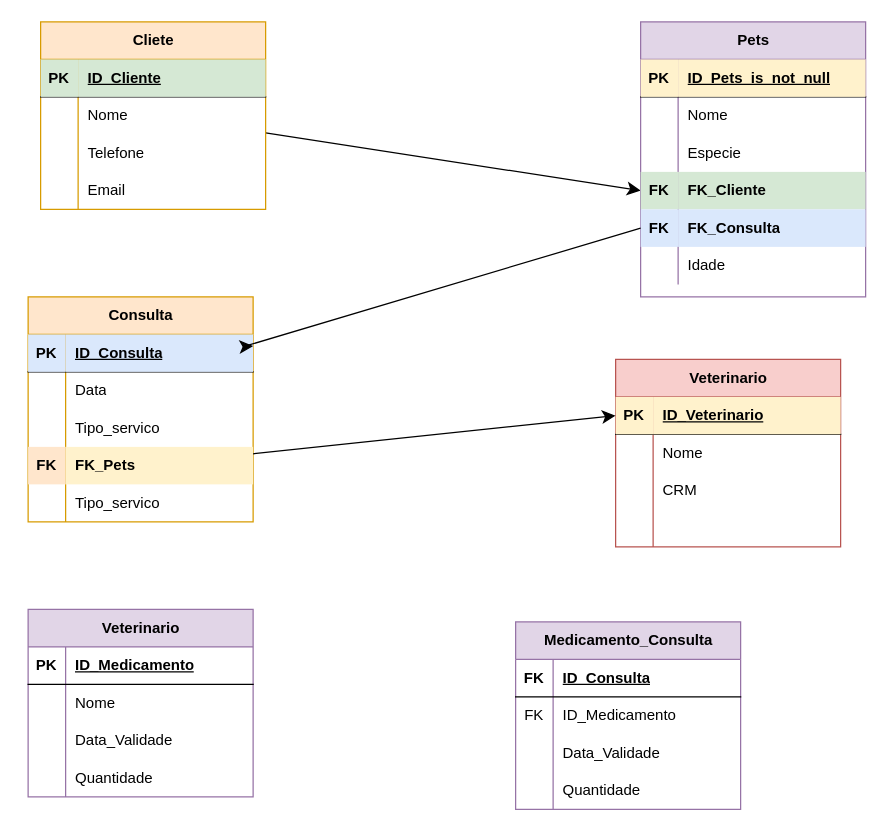
This is AULA01-EX04.drawio from wpriska/Modelagem-de-Dados, a draw.io file, before an edit. Source tidied: cells renumbered, new cells numbered last; positions are measured from the earlier drawing's top-left corner, leaving out a move shared by most shapes. Both pictures are drawn from the tidied source at 125%, with x=0, y=0 at pixel (28, 21).
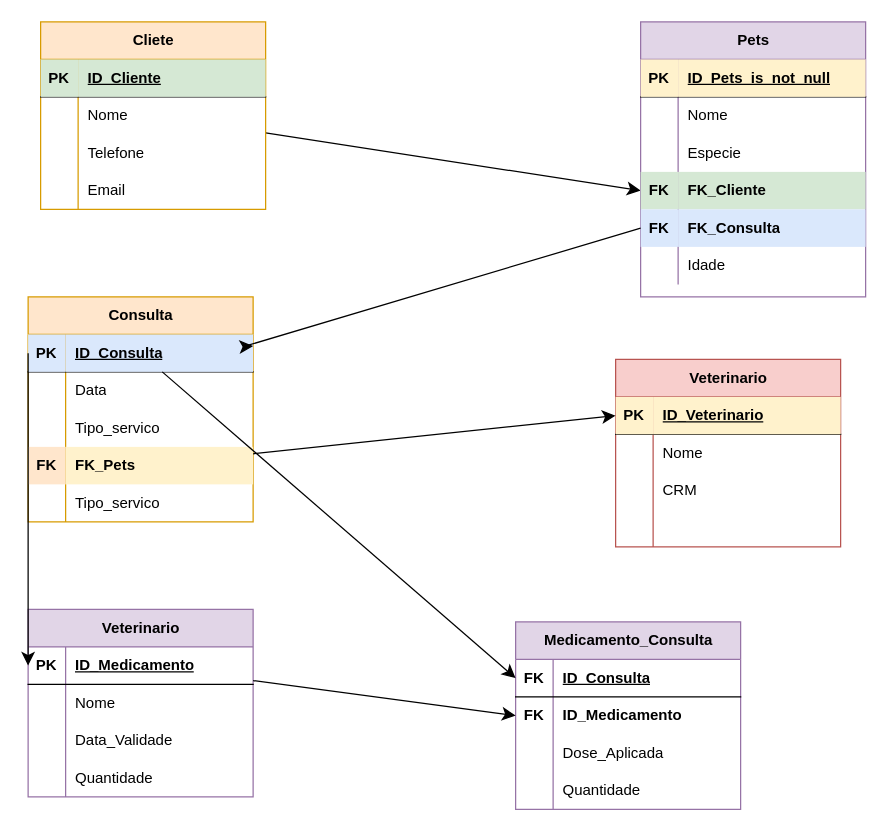
Above is the later version.

The change refers to these unchanged cells:
```xml
<mxCell id="36" style="shape=tableRow;horizontal=0;startSize=0;swimlaneHead=0;swimlaneBody=0;fillColor=none;points=[[0,0.5],[1,0.5]];portConstraint=eastwest;top=0;left=0;right=0;bottom=1;" parent="35" vertex="1">
  <mxGeometry y="30" width="180" height="30" as="geometry" />
</mxCell>
<mxCell id="66" style="shape=tableRow;horizontal=0;startSize=0;swimlaneHead=0;swimlaneBody=0;fillColor=none;points=[[0,0.5],[1,0.5]];portConstraint=eastwest;top=0;left=0;right=0;bottom=1;" parent="65" vertex="1">
  <mxGeometry y="30" width="180" height="30" as="geometry" />
</mxCell>
<mxCell id="80" style="shape=tableRow;horizontal=0;startSize=0;swimlaneHead=0;swimlaneBody=0;fillColor=none;points=[[0,0.5],[1,0.5]];portConstraint=eastwest;top=0;left=0;right=0;bottom=1;" parent="79" vertex="1">
  <mxGeometry y="30" width="180" height="30" as="geometry" />
</mxCell>
<mxCell id="83" style="shape=tableRow;horizontal=0;startSize=0;swimlaneHead=0;swimlaneBody=0;fillColor=none;points=[[0,0.5],[1,0.5]];portConstraint=eastwest;top=0;left=0;right=0;bottom=0;" parent="79" vertex="1">
  <mxGeometry y="60" width="180" height="30" as="geometry" />
</mxCell>
<mxCell id="86" style="shape=tableRow;horizontal=0;startSize=0;swimlaneHead=0;swimlaneBody=0;fillColor=none;top=0;left=0;right=0;bottom=0;" parent="79" vertex="1">
  <mxGeometry y="90" width="180" height="30" as="geometry" />
</mxCell>
```

Diff of the diagram source:
```diff
@@
-    <mxCell id="84" value="FK" style="shape=partialRectangle;fillColor=none;top=0;left=0;bottom=0;right=0;overflow=hidden;whiteSpace=wrap;html=1;" parent="83" vertex="1">
+    <mxCell id="84" value="FK" style="shape=partialRectangle;fillColor=none;top=0;left=0;bottom=0;right=0;overflow=hidden;whiteSpace=wrap;html=1;fontStyle=1;" parent="83" vertex="1">
       <mxGeometry width="30" height="30" as="geometry" />
     </mxCell>
-    <mxCell id="85" value="ID_Medicamento" style="shape=partialRectangle;fillColor=none;top=0;left=0;bottom=0;right=0;align=left;spacingLeft=6;overflow=hidden;whiteSpace=wrap;html=1;" parent="83" vertex="1">
+    <mxCell id="85" value="ID_Medicamento" style="shape=partialRectangle;fillColor=none;top=0;left=0;bottom=0;right=0;align=left;spacingLeft=6;overflow=hidden;whiteSpace=wrap;html=1;fontStyle=1;" parent="83" vertex="1">
       <mxGeometry x="30" width="150" height="30" as="geometry" />
     </mxCell>
@@
-    <mxCell id="88" value="Data_Validade" style="shape=partialRectangle;fillColor=none;top=0;left=0;bottom=0;right=0;align=left;spacingLeft=6;overflow=hidden;whiteSpace=wrap;html=1;" parent="86" vertex="1">
+    <mxCell id="88" value="Dose_Aplicada" style="shape=partialRectangle;fillColor=none;top=0;left=0;bottom=0;right=0;align=left;spacingLeft=6;overflow=hidden;whiteSpace=wrap;html=1;" parent="86" vertex="1">
       <mxGeometry x="30" width="150" height="30" as="geometry" />
     </mxCell>
@@
+    <mxCell id="92" style="edgeStyle=none;curved=1;rounded=0;jettySize=auto;html=1;entryX=0;entryY=0.5;entryDx=0;entryDy=0;fontSize=12;startSize=8;endSize=8;" parent="1" edge="1" source="66" target="83">
+      <mxGeometry relative="1" as="geometry" />
+    </mxCell>
+    <mxCell id="93" style="edgeStyle=none;curved=1;rounded=0;jettySize=auto;html=1;entryX=0;entryY=0.5;entryDx=0;entryDy=0;fontSize=12;startSize=8;endSize=8;" parent="1" edge="1" source="36" target="80">
+      <mxGeometry relative="1" as="geometry" />
+    </mxCell>
+    <mxCell id="94" style="edgeStyle=none;curved=1;rounded=0;jettySize=auto;html=1;exitX=0;exitY=0.5;exitDx=0;exitDy=0;entryX=0;entryY=0.5;entryDx=0;entryDy=0;fontSize=12;startSize=8;endSize=8;" parent="1" edge="1" source="36" target="66">
+      <mxGeometry relative="1" as="geometry" />
+    </mxCell>
```
